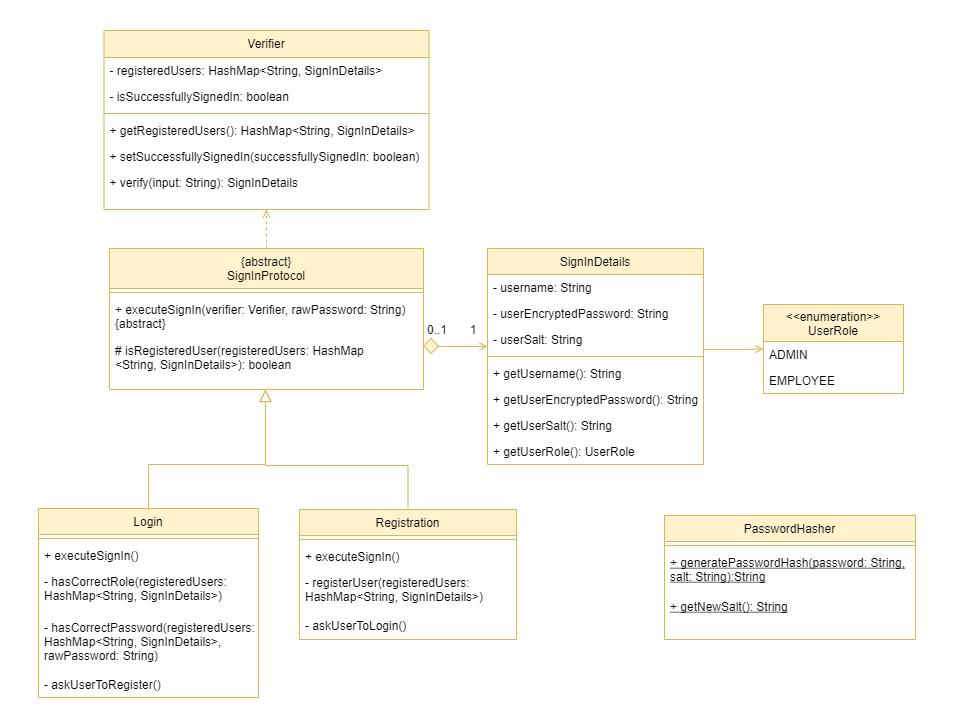
Above: docs/developerGuideDiagrams/verificationComponent.png in theeugenechong/tp (draw.io), before the change. Source tidied: cells renumbered, new cells last; positions are measured from the earlier drawing's top-left corner, leaving out a move shared by most shapes.
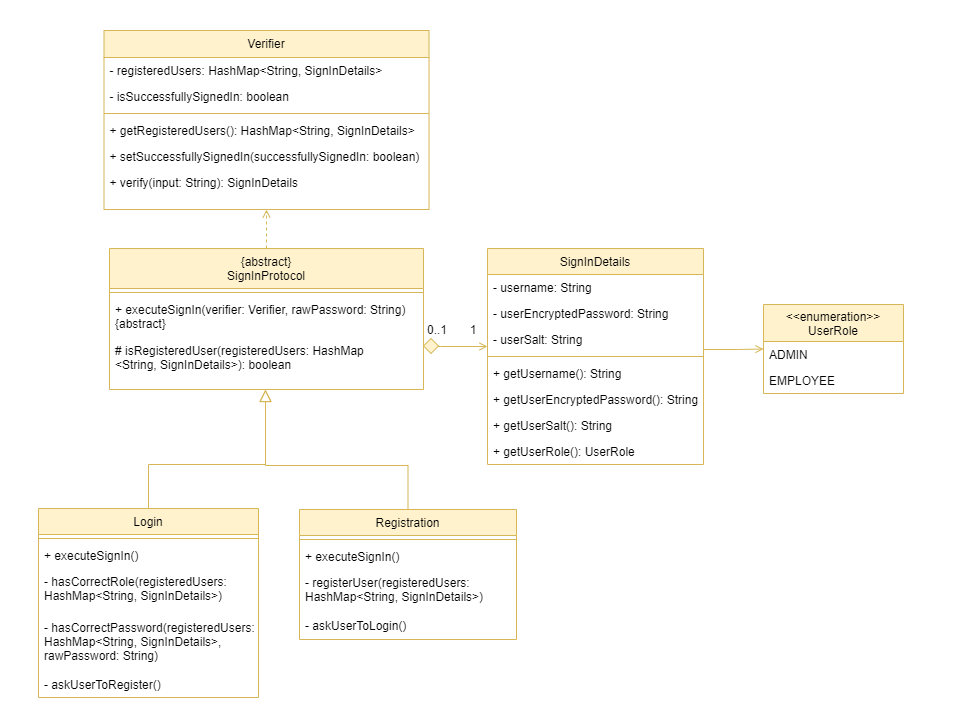
After the commit.

Commit message:
Remove PasswordHasher in diagram Fixes #153

Change to the diagram source:
```diff
@@ -156,18 +156,6 @@
     <mxCell id="41" value="+ verify(input: String): SignInDetails" style="text;strokeColor=none;fillColor=none;align=left;verticalAlign=top;spacingLeft=4;spacingRight=4;overflow=hidden;fontFamily=Helvetica;" parent="35" vertex="1">
       <mxGeometry y="139" width="325" height="26" as="geometry" />
     </mxCell>
-    <mxCell id="42" value="PasswordHasher" style="swimlane;fontStyle=0;align=center;verticalAlign=top;horizontal=1;startSize=26;rounded=0;shadow=0;strokeWidth=1;fillColor=#fff2cc;strokeColor=#d6b656;fontFamily=Helvetica;" parent="1" vertex="1">
-      <mxGeometry x="664" y="515" width="251" height="124" as="geometry" />
-    </mxCell>
-    <mxCell id="43" style="line;html=1;strokeWidth=1;align=left;verticalAlign=middle;spacingTop=-1;spacingLeft=3;spacingRight=3;labelPosition=right;fillColor=#fff2cc;strokeColor=#d6b656;fontFamily=Helvetica;" parent="42" vertex="1">
-      <mxGeometry y="26" width="251" height="8" as="geometry" />
-    </mxCell>
-    <mxCell id="44" value="+ generatePasswordHash(password: String, &#10;salt: String):String" style="text;align=left;verticalAlign=top;spacingLeft=4;spacingRight=4;overflow=hidden;fontFamily=Helvetica;fontStyle=4;" parent="42" vertex="1">
-      <mxGeometry y="34" width="251" height="44" as="geometry" />
-    </mxCell>
-    <mxCell id="45" value="+ getNewSalt(): String" style="text;align=left;verticalAlign=top;spacingLeft=4;spacingRight=4;overflow=hidden;fontFamily=Helvetica;fontStyle=4;" parent="42" vertex="1">
-      <mxGeometry y="78" width="251" height="26" as="geometry" />
-    </mxCell>
     <mxCell id="46" style="edgeStyle=orthogonalEdgeStyle;rounded=0;jettySize=auto;html=1;exitX=1;exitY=0.5;exitDx=0;exitDy=0;entryX=0;entryY=0.5;entryDx=0;entryDy=0;fontFamily=Helvetica;fillColor=#fff2cc;strokeColor=#d6b656;endArrow=open;endFill=0;" parent="1" edge="1" source="26" target="32">
       <mxGeometry relative="1" as="geometry">
         <Array as="points">
```
